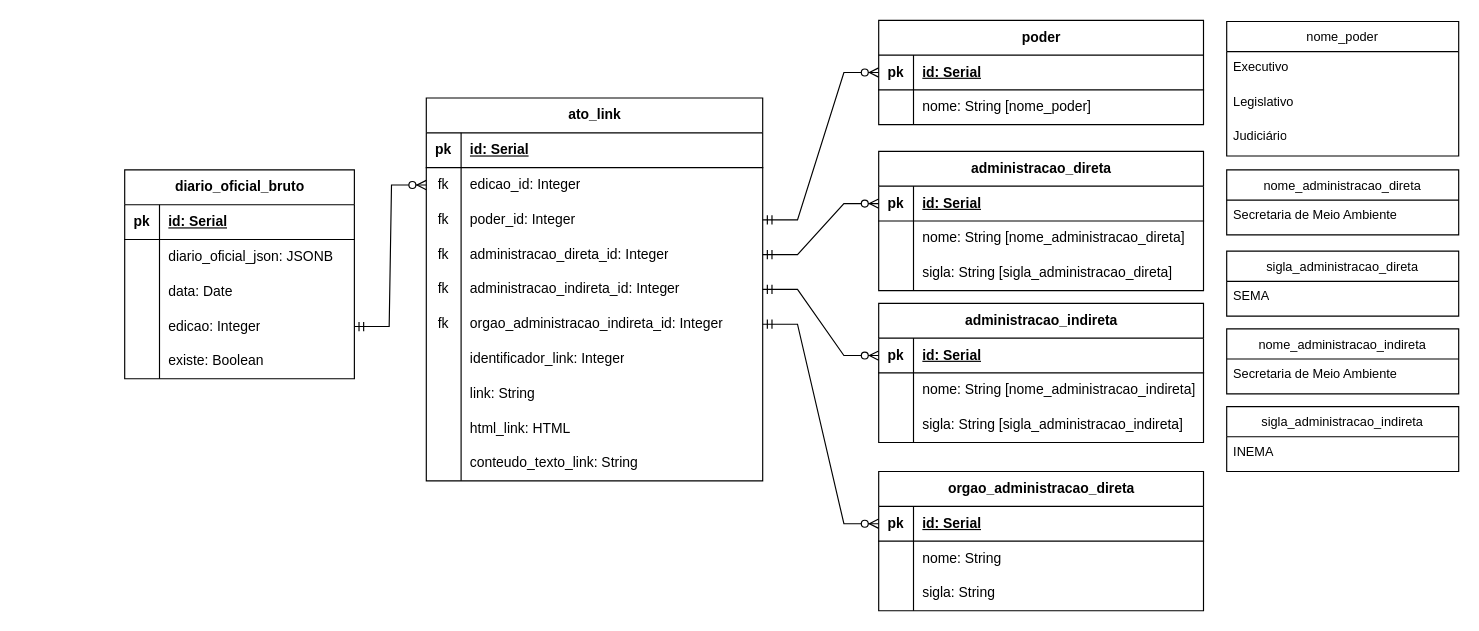
Before: doc/banco_dado/logico/modelo_logico_database.drawio in diogocaribe/diario_oficial, a draw.io diagram. Source tidied: cells renumbered, new cells numbered last; positions are measured from the earlier drawing's top-left corner, leaving out a move shared by most shapes. Both pictures are drawn from the tidied source at 116%, with x=0, y=0 at pixel (124, 20).
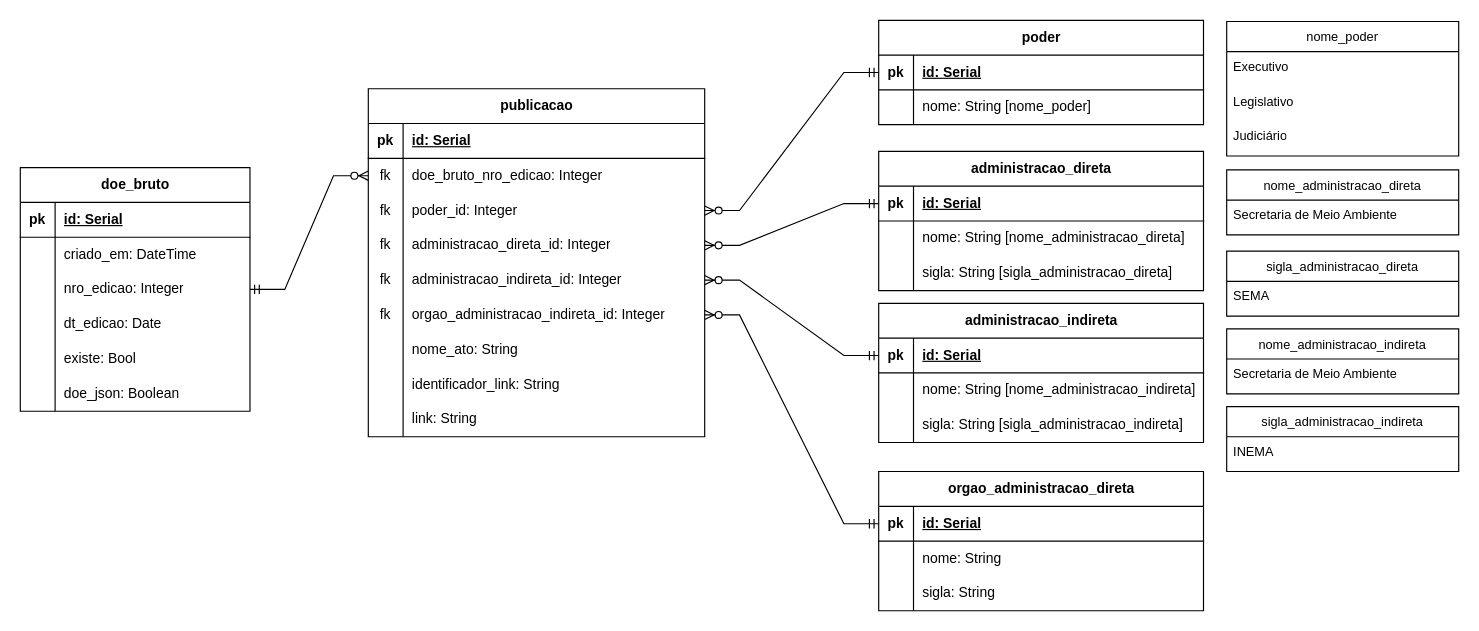
The same diagram, later.

Commit message:
Organizando o modelo lógico

The change refers to these unchanged cells:
```xml
<mxCell id="6" style="shape=tableRow;horizontal=0;startSize=0;swimlaneHead=0;swimlaneBody=0;fillColor=none;top=0;left=0;right=0;bottom=0;" parent="2" vertex="1">
  <mxGeometry y="60" width="198" height="30" as="geometry" />
</mxCell>
<mxCell id="22" style="shape=tableRow;horizontal=0;startSize=0;swimlaneHead=0;swimlaneBody=0;fillColor=none;points=[[0,0.5],[1,0.5]];portConstraint=eastwest;top=0;left=0;right=0;bottom=0;" parent="18" vertex="1">
  <mxGeometry y="60" width="290" height="30" as="geometry" />
</mxCell>
<mxCell id="25" style="shape=tableRow;horizontal=0;startSize=0;swimlaneHead=0;swimlaneBody=0;fillColor=none;points=[[0,0.5],[1,0.5]];portConstraint=eastwest;top=0;left=0;right=0;bottom=0;" parent="18" vertex="1">
  <mxGeometry y="90" width="290" height="30" as="geometry" />
</mxCell>
<mxCell id="28" style="shape=tableRow;horizontal=0;startSize=0;swimlaneHead=0;swimlaneBody=0;fillColor=none;points=[[0,0.5],[1,0.5]];portConstraint=eastwest;top=0;left=0;right=0;bottom=0;" parent="18" vertex="1">
  <mxGeometry y="120" width="290" height="30" as="geometry" />
</mxCell>
<mxCell id="31" style="shape=tableRow;horizontal=0;startSize=0;swimlaneHead=0;swimlaneBody=0;fillColor=none;points=[[0,0.5],[1,0.5]];portConstraint=eastwest;top=0;left=0;right=0;bottom=0;" parent="18" vertex="1">
  <mxGeometry y="150" width="290" height="30" as="geometry" />
</mxCell>
<mxCell id="34" style="shape=tableRow;horizontal=0;startSize=0;swimlaneHead=0;swimlaneBody=0;fillColor=none;points=[[0,0.5],[1,0.5]];portConstraint=eastwest;top=0;left=0;right=0;bottom=0;" parent="18" vertex="1">
  <mxGeometry y="180" width="290" height="30" as="geometry" />
</mxCell>
<mxCell id="37" style="shape=tableRow;horizontal=0;startSize=0;swimlaneHead=0;swimlaneBody=0;fillColor=none;top=0;left=0;right=0;bottom=0;" parent="18" vertex="1">
  <mxGeometry y="210" width="290" height="30" as="geometry" />
</mxCell>
<mxCell id="51" style="shape=tableRow;horizontal=0;startSize=0;swimlaneHead=0;swimlaneBody=0;fillColor=none;points=[[0,0.5],[1,0.5]];portConstraint=eastwest;top=0;left=0;right=0;bottom=1;" parent="50" vertex="1">
  <mxGeometry y="30" width="280" height="30" as="geometry" />
</mxCell>
<mxCell id="59" style="shape=tableRow;horizontal=0;startSize=0;swimlaneHead=0;swimlaneBody=0;fillColor=none;points=[[0,0.5],[1,0.5]];portConstraint=eastwest;top=0;left=0;right=0;bottom=1;" parent="58" vertex="1">
  <mxGeometry y="30" width="280" height="30" as="geometry" />
</mxCell>
<mxCell id="70" style="shape=tableRow;horizontal=0;startSize=0;swimlaneHead=0;swimlaneBody=0;fillColor=none;points=[[0,0.5],[1,0.5]];portConstraint=eastwest;top=0;left=0;right=0;bottom=1;" parent="69" vertex="1">
  <mxGeometry y="30" width="280" height="30" as="geometry" />
</mxCell>
<mxCell id="81" style="shape=tableRow;horizontal=0;startSize=0;swimlaneHead=0;swimlaneBody=0;fillColor=none;points=[[0,0.5],[1,0.5]];portConstraint=eastwest;top=0;left=0;right=0;bottom=1;" parent="80" vertex="1">
  <mxGeometry y="30" width="280" height="30" as="geometry" />
</mxCell>
```

Diff of the diagram source:
```diff
@@
-    <mxCell id="2" value="diario_oficial_bruto" style="shape=table;startSize=30;childLayout=tableLayout;rowLines=0;fontStyle=1;align=center;html=1;" parent="1" vertex="1">
-      <mxGeometry y="129" width="198" height="180" as="geometry" />
+    <mxCell id="2" value="doe_bruto" style="shape=table;startSize=30;childLayout=tableLayout;rowLines=0;fontStyle=1;align=center;html=1;" parent="1" vertex="1">
+      <mxGeometry x="-90" y="127" width="198" height="210" as="geometry" />
     </mxCell>
@@
-    <mxCell id="8" value="diario_oficial_json: JSONB" style="shape=partialRectangle;fillColor=none;top=0;left=0;bottom=0;right=0;align=left;spacingLeft=6;overflow=hidden;whiteSpace=wrap;html=1;" parent="6" vertex="1">
+    <mxCell id="8" value="criado_em: DateTime" style="shape=partialRectangle;fillColor=none;top=0;left=0;bottom=0;right=0;align=left;spacingLeft=6;overflow=hidden;whiteSpace=wrap;html=1;" parent="6" vertex="1">
       <mxGeometry x="30" width="168" height="30" as="geometry" />
     </mxCell>
+    <mxCell id="103" style="shape=tableRow;horizontal=0;startSize=0;swimlaneHead=0;swimlaneBody=0;fillColor=none;points=[[0,0.5],[1,0.5]];portConstraint=eastwest;top=0;left=0;right=0;bottom=0;" parent="2" vertex="1">
+      <mxGeometry y="90" width="198" height="30" as="geometry" />
+    </mxCell>
+    <mxCell id="104" style="shape=partialRectangle;fillColor=none;top=0;left=0;bottom=0;right=0;overflow=hidden;whiteSpace=wrap;html=1;" parent="103" vertex="1">
+      <mxGeometry width="30" height="30" as="geometry" />
+    </mxCell>
+    <mxCell id="105" value="nro_edicao: Integer" style="shape=partialRectangle;fillColor=none;top=0;left=0;bottom=0;right=0;align=left;spacingLeft=6;overflow=hidden;whiteSpace=wrap;html=1;" parent="103" vertex="1">
+      <mxGeometry x="30" width="168" height="30" as="geometry" />
+    </mxCell>
     <mxCell id="9" style="shape=tableRow;horizontal=0;startSize=0;swimlaneHead=0;swimlaneBody=0;fillColor=none;top=0;left=0;right=0;bottom=0;" parent="2" vertex="1">
-      <mxGeometry y="90" width="198" height="30" as="geometry" />
+      <mxGeometry y="120" width="198" height="30" as="geometry" />
     </mxCell>
@@
-    <mxCell id="11" value="data: Date" style="shape=partialRectangle;fillColor=none;top=0;left=0;bottom=0;right=0;align=left;spacingLeft=6;overflow=hidden;whiteSpace=wrap;html=1;" parent="9" vertex="1">
+    <mxCell id="11" value="dt_edicao&lt;span style=&quot;background-color: initial;&quot;&gt;: Date&lt;/span&gt;" style="shape=partialRectangle;fillColor=none;top=0;left=0;bottom=0;right=0;align=left;spacingLeft=6;overflow=hidden;whiteSpace=wrap;html=1;" parent="9" vertex="1">
       <mxGeometry x="30" width="168" height="30" as="geometry" />
     </mxCell>
     <mxCell id="12" style="shape=tableRow;horizontal=0;startSize=0;swimlaneHead=0;swimlaneBody=0;fillColor=none;points=[[0,0.5],[1,0.5]];portConstraint=eastwest;top=0;left=0;right=0;bottom=0;" parent="2" vertex="1">
-      <mxGeometry y="120" width="198" height="30" as="geometry" />
+      <mxGeometry y="150" width="198" height="30" as="geometry" />
     </mxCell>
@@
-    <mxCell id="14" value="edicao: Integer" style="shape=partialRectangle;fillColor=none;top=0;left=0;bottom=0;right=0;align=left;spacingLeft=6;overflow=hidden;whiteSpace=wrap;html=1;" parent="12" vertex="1">
+    <mxCell id="14" value="existe: Bool" style="shape=partialRectangle;fillColor=none;top=0;left=0;bottom=0;right=0;align=left;spacingLeft=6;overflow=hidden;whiteSpace=wrap;html=1;" parent="12" vertex="1">
       <mxGeometry x="30" width="168" height="30" as="geometry" />
     </mxCell>
     <mxCell id="15" style="shape=tableRow;horizontal=0;startSize=0;swimlaneHead=0;swimlaneBody=0;fillColor=none;top=0;left=0;right=0;bottom=0;" parent="2" vertex="1">
-      <mxGeometry y="150" width="198" height="30" as="geometry" />
+      <mxGeometry y="180" width="198" height="30" as="geometry" />
     </mxCell>
@@
-    <mxCell id="17" value="existe: Boolean" style="shape=partialRectangle;fillColor=none;top=0;left=0;bottom=0;right=0;align=left;spacingLeft=6;overflow=hidden;whiteSpace=wrap;html=1;" parent="15" vertex="1">
+    <mxCell id="17" value="doe_json: Boolean" style="shape=partialRectangle;fillColor=none;top=0;left=0;bottom=0;right=0;align=left;spacingLeft=6;overflow=hidden;whiteSpace=wrap;html=1;" parent="15" vertex="1">
       <mxGeometry x="30" width="168" height="30" as="geometry" />
     </mxCell>
-    <mxCell id="18" value="ato_link" style="shape=table;startSize=30;childLayout=tableLayout;rowLines=0;fontStyle=1;align=center;html=1;" parent="1" vertex="1">
-      <mxGeometry x="260" y="67" width="290" height="330" as="geometry" />
+    <mxCell id="18" value="publicacao" style="shape=table;startSize=30;childLayout=tableLayout;rowLines=0;fontStyle=1;align=center;html=1;" parent="1" vertex="1">
+      <mxGeometry x="210" y="59" width="290" height="300" as="geometry" />
     </mxCell>
@@
-    <mxCell id="24" value="edicao_id: Integer" style="shape=partialRectangle;fillColor=none;top=0;left=0;bottom=0;right=0;align=left;spacingLeft=6;fontStyle=0;overflow=hidden;whiteSpace=wrap;html=1;" parent="22" vertex="1">
+    <mxCell id="24" value="doe_bruto_nro_edicao: Integer" style="shape=partialRectangle;fillColor=none;top=0;left=0;bottom=0;right=0;align=left;spacingLeft=6;fontStyle=0;overflow=hidden;whiteSpace=wrap;html=1;" parent="22" vertex="1">
       <mxGeometry x="30" width="260" height="30" as="geometry" />
     </mxCell>
@@
-    <mxCell id="39" value="identificador_link&lt;span style=&quot;background-color: initial;&quot;&gt;: Integer&lt;/span&gt;" style="shape=partialRectangle;fillColor=none;top=0;left=0;bottom=0;right=0;align=left;spacingLeft=6;overflow=hidden;whiteSpace=wrap;html=1;" parent="37" vertex="1">
+    <mxCell id="39" value="nome_ato&lt;span style=&quot;background-color: initial;&quot;&gt;: String&lt;/span&gt;" style="shape=partialRectangle;fillColor=none;top=0;left=0;bottom=0;right=0;align=left;spacingLeft=6;overflow=hidden;whiteSpace=wrap;html=1;" parent="37" vertex="1">
       <mxGeometry x="30" width="260" height="30" as="geometry" />
     </mxCell>
+    <mxCell id="106" style="shape=tableRow;horizontal=0;startSize=0;swimlaneHead=0;swimlaneBody=0;fillColor=none;top=0;left=0;right=0;bottom=0;" parent="18" vertex="1">
+      <mxGeometry y="240" width="290" height="30" as="geometry" />
+    </mxCell>
+    <mxCell id="107" style="shape=partialRectangle;fillColor=none;top=0;left=0;bottom=0;right=0;overflow=hidden;whiteSpace=wrap;html=1;" parent="106" vertex="1">
+      <mxGeometry width="30" height="30" as="geometry" />
+    </mxCell>
+    <mxCell id="108" value="identificador_link&lt;span style=&quot;background-color: initial;&quot;&gt;: String&lt;/span&gt;" style="shape=partialRectangle;fillColor=none;top=0;left=0;bottom=0;right=0;align=left;spacingLeft=6;overflow=hidden;whiteSpace=wrap;html=1;" parent="106" vertex="1">
+      <mxGeometry x="30" width="260" height="30" as="geometry" />
+    </mxCell>
     <mxCell id="40" style="shape=tableRow;horizontal=0;startSize=0;swimlaneHead=0;swimlaneBody=0;fillColor=none;top=0;left=0;right=0;bottom=0;" parent="18" vertex="1">
-      <mxGeometry y="240" width="290" height="30" as="geometry" />
+      <mxGeometry y="270" width="290" height="30" as="geometry" />
     </mxCell>
@@
-    <mxCell id="43" style="shape=tableRow;horizontal=0;startSize=0;swimlaneHead=0;swimlaneBody=0;fillColor=none;top=0;left=0;right=0;bottom=0;" parent="18" vertex="1">
-      <mxGeometry y="270" width="290" height="30" as="geometry" />
-    </mxCell>
-    <mxCell id="44" style="shape=partialRectangle;fillColor=none;top=0;left=0;bottom=0;right=0;overflow=hidden;whiteSpace=wrap;html=1;" parent="43" vertex="1">
-      <mxGeometry width="30" height="30" as="geometry" />
-    </mxCell>
-    <mxCell id="45" value="html_link: HTML" style="shape=partialRectangle;fillColor=none;top=0;left=0;bottom=0;right=0;align=left;spacingLeft=6;overflow=hidden;whiteSpace=wrap;html=1;" parent="43" vertex="1">
-      <mxGeometry x="30" width="260" height="30" as="geometry" />
-    </mxCell>
-    <mxCell id="46" style="shape=tableRow;horizontal=0;startSize=0;swimlaneHead=0;swimlaneBody=0;fillColor=none;top=0;left=0;right=0;bottom=0;" parent="18" vertex="1">
-      <mxGeometry y="300" width="290" height="30" as="geometry" />
-    </mxCell>
-    <mxCell id="47" style="shape=partialRectangle;fillColor=none;top=0;left=0;bottom=0;right=0;overflow=hidden;whiteSpace=wrap;html=1;" parent="46" vertex="1">
-      <mxGeometry width="30" height="30" as="geometry" />
-    </mxCell>
-    <mxCell id="48" value="conteudo_texto_link&lt;span style=&quot;background-color: initial;&quot;&gt;: String&lt;/span&gt;" style="shape=partialRectangle;fillColor=none;top=0;left=0;bottom=0;right=0;align=left;spacingLeft=6;overflow=hidden;whiteSpace=wrap;html=1;" parent="46" vertex="1">
-      <mxGeometry x="30" width="260" height="30" as="geometry" />
-    </mxCell>
-    <mxCell id="49" style="edgeStyle=entityRelationEdgeStyle;fontSize=12;html=1;endArrow=ERzeroToMany;startArrow=ERmandOne;rounded=0;exitX=1;exitY=0.5;exitDx=0;exitDy=0;entryX=0;entryY=0.5;entryDx=0;entryDy=0;" parent="1" edge="1" source="12" target="22">
+    <mxCell id="49" style="edgeStyle=entityRelationEdgeStyle;fontSize=12;html=1;endArrow=ERzeroToMany;startArrow=ERmandOne;rounded=0;exitX=1;exitY=0.5;exitDx=0;exitDy=0;entryX=0;entryY=0.5;entryDx=0;entryDy=0;" parent="1" edge="1" source="103" target="22">
       <mxGeometry relative="1" as="geometry">
         <Array as="points">
           <mxPoint x="210" y="209" />
         </Array>
       </mxGeometry>
     </mxCell>
@@
-    <mxCell id="57" style="edgeStyle=entityRelationEdgeStyle;fontSize=12;html=1;endArrow=ERzeroToMany;startArrow=ERmandOne;rounded=0;entryX=0;entryY=0.5;entryDx=0;entryDy=0;exitX=1;exitY=0.5;exitDx=0;exitDy=0;" parent="1" edge="1" source="25" target="51">
-      <mxGeometry relative="1" as="geometry" />
-    </mxCell>
@@
-    <mxCell id="68" style="edgeStyle=entityRelationEdgeStyle;fontSize=12;html=1;endArrow=ERzeroToMany;startArrow=ERmandOne;rounded=0;exitX=1;exitY=0.5;exitDx=0;exitDy=0;" parent="1" edge="1" source="28" target="59">
-      <mxGeometry relative="1" as="geometry" />
-    </mxCell>
@@
-    <mxCell id="79" style="edgeStyle=entityRelationEdgeStyle;fontSize=12;html=1;endArrow=ERzeroToMany;startArrow=ERmandOne;rounded=0;entryX=0;entryY=0.5;entryDx=0;entryDy=0;" parent="1" edge="1" source="31" target="70">
+    <mxCell id="79" style="edgeStyle=entityRelationEdgeStyle;fontSize=12;html=1;endArrow=ERzeroToMany;startArrow=ERmandOne;rounded=0;" parent="1" edge="1" source="70" target="31">
       <mxGeometry relative="1" as="geometry" />
     </mxCell>
@@
-    <mxCell id="90" style="edgeStyle=entityRelationEdgeStyle;fontSize=12;html=1;endArrow=ERzeroToMany;startArrow=ERmandOne;rounded=0;entryX=0;entryY=0.5;entryDx=0;entryDy=0;exitX=1;exitY=0.5;exitDx=0;exitDy=0;" parent="1" edge="1" source="34" target="81">
+    <mxCell id="90" style="edgeStyle=entityRelationEdgeStyle;fontSize=12;html=1;endArrow=ERzeroToMany;startArrow=ERmandOne;rounded=0;" parent="1" edge="1" source="81" target="34">
       <mxGeometry relative="1" as="geometry" />
     </mxCell>
@@
+    <mxCell id="109" style="edgeStyle=entityRelationEdgeStyle;fontSize=12;html=1;endArrow=ERzeroToMany;startArrow=ERmandOne;rounded=0;" parent="1" edge="1" source="51" target="25">
+      <mxGeometry relative="1" as="geometry">
+        <Array as="points">
+          <mxPoint x="610" y="-70" />
+        </Array>
+      </mxGeometry>
+    </mxCell>
+    <mxCell id="110" style="edgeStyle=entityRelationEdgeStyle;fontSize=12;html=1;endArrow=ERzeroToMany;startArrow=ERmandOne;rounded=0;" parent="1" edge="1" source="59" target="28">
+      <mxGeometry relative="1" as="geometry">
+        <Array as="points">
+          <mxPoint x="620" y="-60" />
+          <mxPoint x="520" y="190" />
+        </Array>
+      </mxGeometry>
+    </mxCell>
```
